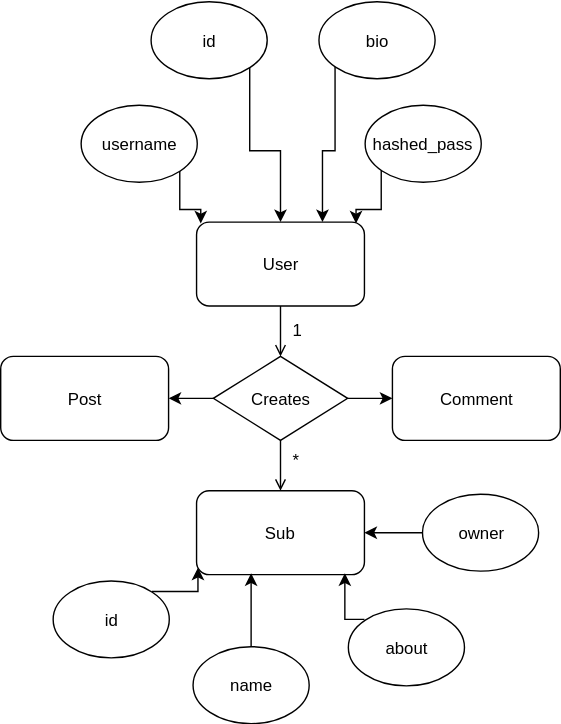
Earlier version of the draw.io export ER.svg (itggot-ludvig-ohlsson/slutprojektvt19webbserver). Source tidied: cells renumbered, new cells last; positions are measured from the earlier drawing's top-left corner, leaving out a move shared by most shapes.
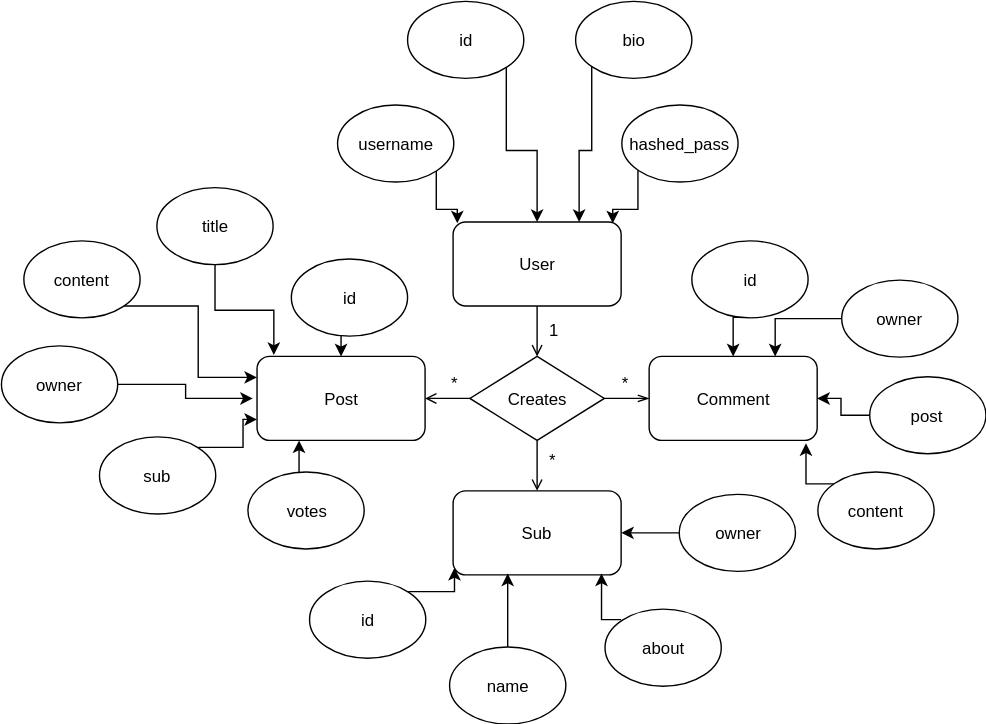
After the commit.

Diff of the diagram source:
```diff
@@ -35,10 +35,10 @@
     <mxCell id="12" style="edgeStyle=orthogonalEdgeStyle;rounded=0;jettySize=auto;html=1;exitX=0.5;exitY=1;exitDx=0;exitDy=0;entryX=0.5;entryY=0;entryDx=0;entryDy=0;endArrow=open;endFill=0;" parent="1" edge="1" source="15" target="16">
       <mxGeometry relative="1" as="geometry" />
     </mxCell>
-    <mxCell id="13" style="edgeStyle=orthogonalEdgeStyle;rounded=0;jettySize=auto;html=1;exitX=0;exitY=0.5;exitDx=0;exitDy=0;entryX=1;entryY=0.5;entryDx=0;entryDy=0;endArrow=classic;endFill=1;" parent="1" edge="1" source="15" target="27">
+    <mxCell id="13" style="edgeStyle=orthogonalEdgeStyle;rounded=0;jettySize=auto;html=1;exitX=0;exitY=0.5;exitDx=0;exitDy=0;entryX=1;entryY=0.5;entryDx=0;entryDy=0;endArrow=open;endFill=0;" parent="1" edge="1" source="15" target="27">
       <mxGeometry relative="1" as="geometry" />
     </mxCell>
-    <mxCell id="14" style="edgeStyle=orthogonalEdgeStyle;rounded=0;jettySize=auto;html=1;exitX=1;exitY=0.5;exitDx=0;exitDy=0;entryX=0;entryY=0.5;entryDx=0;entryDy=0;endArrow=classic;endFill=1;" parent="1" edge="1" source="15" target="28">
+    <mxCell id="14" style="edgeStyle=orthogonalEdgeStyle;rounded=0;jettySize=auto;html=1;exitX=1;exitY=0.5;exitDx=0;exitDy=0;entryX=0;entryY=0.5;entryDx=0;entryDy=0;endArrow=openThin;endFill=0;" parent="1" edge="1" source="15" target="28">
       <mxGeometry relative="1" as="geometry" />
     </mxCell>
     <mxCell id="15" value="Creates" style="rhombus;whiteSpace=wrap;html=1;" parent="1" vertex="1">
@@ -83,5 +83,73 @@
     <mxCell id="28" value="Comment" style="rounded=1;whiteSpace=wrap;html=1;" parent="1" vertex="1">
       <mxGeometry x="280" y="254" width="120" height="60" as="geometry" />
     </mxCell>
+    <mxCell id="29" style="edgeStyle=orthogonalEdgeStyle;rounded=0;jettySize=auto;html=1;exitX=0.5;exitY=1;exitDx=0;exitDy=0;entryX=0.5;entryY=0;entryDx=0;entryDy=0;endArrow=classic;endFill=1;" parent="1" edge="1" source="30" target="27">
+      <mxGeometry relative="1" as="geometry" />
+    </mxCell>
+    <mxCell id="30" value="id" style="ellipse;whiteSpace=wrap;html=1;" parent="1" vertex="1">
+      <mxGeometry x="24" y="184" width="83" height="55" as="geometry" />
+    </mxCell>
+    <mxCell id="31" style="edgeStyle=orthogonalEdgeStyle;rounded=0;jettySize=auto;html=1;exitX=1;exitY=1;exitDx=0;exitDy=0;entryX=0;entryY=0.25;entryDx=0;entryDy=0;endArrow=classic;endFill=1;" parent="1" edge="1" source="32" target="27">
+      <mxGeometry relative="1" as="geometry" />
+    </mxCell>
+    <mxCell id="32" value="content" style="ellipse;whiteSpace=wrap;html=1;" parent="1" vertex="1">
+      <mxGeometry x="-167" y="171" width="83" height="55" as="geometry" />
+    </mxCell>
+    <mxCell id="33" style="edgeStyle=orthogonalEdgeStyle;rounded=0;jettySize=auto;html=1;exitX=1;exitY=0;exitDx=0;exitDy=0;entryX=0;entryY=0.75;entryDx=0;entryDy=0;endArrow=classic;endFill=1;" parent="1" edge="1" source="34" target="27">
+      <mxGeometry relative="1" as="geometry" />
+    </mxCell>
+    <mxCell id="34" value="sub" style="ellipse;whiteSpace=wrap;html=1;" parent="1" vertex="1">
+      <mxGeometry x="-113" y="311" width="83" height="55" as="geometry" />
+    </mxCell>
+    <mxCell id="35" style="edgeStyle=orthogonalEdgeStyle;rounded=0;jettySize=auto;html=1;exitX=0.5;exitY=0;exitDx=0;exitDy=0;entryX=0.25;entryY=1;entryDx=0;entryDy=0;endArrow=classic;endFill=1;" parent="1" edge="1" source="36" target="27">
+      <mxGeometry relative="1" as="geometry" />
+    </mxCell>
+    <mxCell id="36" value="votes" style="ellipse;whiteSpace=wrap;html=1;" parent="1" vertex="1">
+      <mxGeometry x="-6.5" y="336.5" width="83" height="55" as="geometry" />
+    </mxCell>
+    <mxCell id="37" style="edgeStyle=orthogonalEdgeStyle;rounded=0;jettySize=auto;html=1;exitX=1;exitY=0.5;exitDx=0;exitDy=0;endArrow=classic;endFill=1;" parent="1" edge="1" source="38">
+      <mxGeometry relative="1" as="geometry">
+        <mxPoint x="-3" y="284" as="targetPoint" />
+      </mxGeometry>
+    </mxCell>
+    <mxCell id="38" value="owner" style="ellipse;whiteSpace=wrap;html=1;" parent="1" vertex="1">
+      <mxGeometry x="-183" y="246" width="83" height="55" as="geometry" />
+    </mxCell>
+    <mxCell id="39" style="edgeStyle=orthogonalEdgeStyle;rounded=0;jettySize=auto;html=1;exitX=0.5;exitY=1;exitDx=0;exitDy=0;entryX=0.102;entryY=-0.01;entryDx=0;entryDy=0;entryPerimeter=0;endArrow=classic;endFill=1;" parent="1" edge="1" source="40" target="27">
+      <mxGeometry relative="1" as="geometry" />
+    </mxCell>
+    <mxCell id="40" value="title" style="ellipse;whiteSpace=wrap;html=1;" parent="1" vertex="1">
+      <mxGeometry x="-71.5" y="133" width="83" height="55" as="geometry" />
+    </mxCell>
+    <mxCell id="41" style="edgeStyle=orthogonalEdgeStyle;rounded=0;jettySize=auto;html=1;exitX=0.5;exitY=1;exitDx=0;exitDy=0;entryX=0.5;entryY=0;entryDx=0;entryDy=0;endArrow=classic;endFill=1;" parent="1" edge="1" source="42" target="28">
+      <mxGeometry relative="1" as="geometry" />
+    </mxCell>
+    <mxCell id="42" value="id" style="ellipse;whiteSpace=wrap;html=1;" parent="1" vertex="1">
+      <mxGeometry x="310" y="171" width="83" height="55" as="geometry" />
+    </mxCell>
+    <mxCell id="43" style="edgeStyle=orthogonalEdgeStyle;rounded=0;jettySize=auto;html=1;exitX=0;exitY=0.5;exitDx=0;exitDy=0;entryX=0.75;entryY=0;entryDx=0;entryDy=0;endArrow=classic;endFill=1;" parent="1" edge="1" source="44" target="28">
+      <mxGeometry relative="1" as="geometry" />
+    </mxCell>
+    <mxCell id="44" value="owner" style="ellipse;whiteSpace=wrap;html=1;" parent="1" vertex="1">
+      <mxGeometry x="417" y="199" width="83" height="55" as="geometry" />
+    </mxCell>
+    <mxCell id="45" style="edgeStyle=orthogonalEdgeStyle;rounded=0;jettySize=auto;html=1;exitX=0;exitY=0.5;exitDx=0;exitDy=0;endArrow=classic;endFill=1;" parent="1" edge="1" source="46" target="28">
+      <mxGeometry relative="1" as="geometry" />
+    </mxCell>
+    <mxCell id="46" value="post" style="ellipse;whiteSpace=wrap;html=1;" parent="1" vertex="1">
+      <mxGeometry x="437" y="268" width="83" height="55" as="geometry" />
+    </mxCell>
+    <mxCell id="47" style="edgeStyle=orthogonalEdgeStyle;rounded=0;jettySize=auto;html=1;exitX=0;exitY=0;exitDx=0;exitDy=0;entryX=0.935;entryY=1.03;entryDx=0;entryDy=0;entryPerimeter=0;endArrow=classic;endFill=1;" parent="1" edge="1" source="48" target="28">
+      <mxGeometry relative="1" as="geometry" />
+    </mxCell>
+    <mxCell id="48" value="content" style="ellipse;whiteSpace=wrap;html=1;" parent="1" vertex="1">
+      <mxGeometry x="400" y="336.5" width="83" height="55" as="geometry" />
+    </mxCell>
+    <mxCell id="49" value="*" style="text;html=1;align=left;verticalAlign=top;spacingTop=-4;" parent="1" vertex="1">
+      <mxGeometry x="137" y="264" width="20" height="20" as="geometry" />
+    </mxCell>
+    <mxCell id="50" value="*" style="text;html=1;align=left;verticalAlign=top;spacingTop=-4;" parent="1" vertex="1">
+      <mxGeometry x="258.5" y="263.5" width="20" height="20" as="geometry" />
+    </mxCell>
   </root>
 </mxGraphModel>
```
